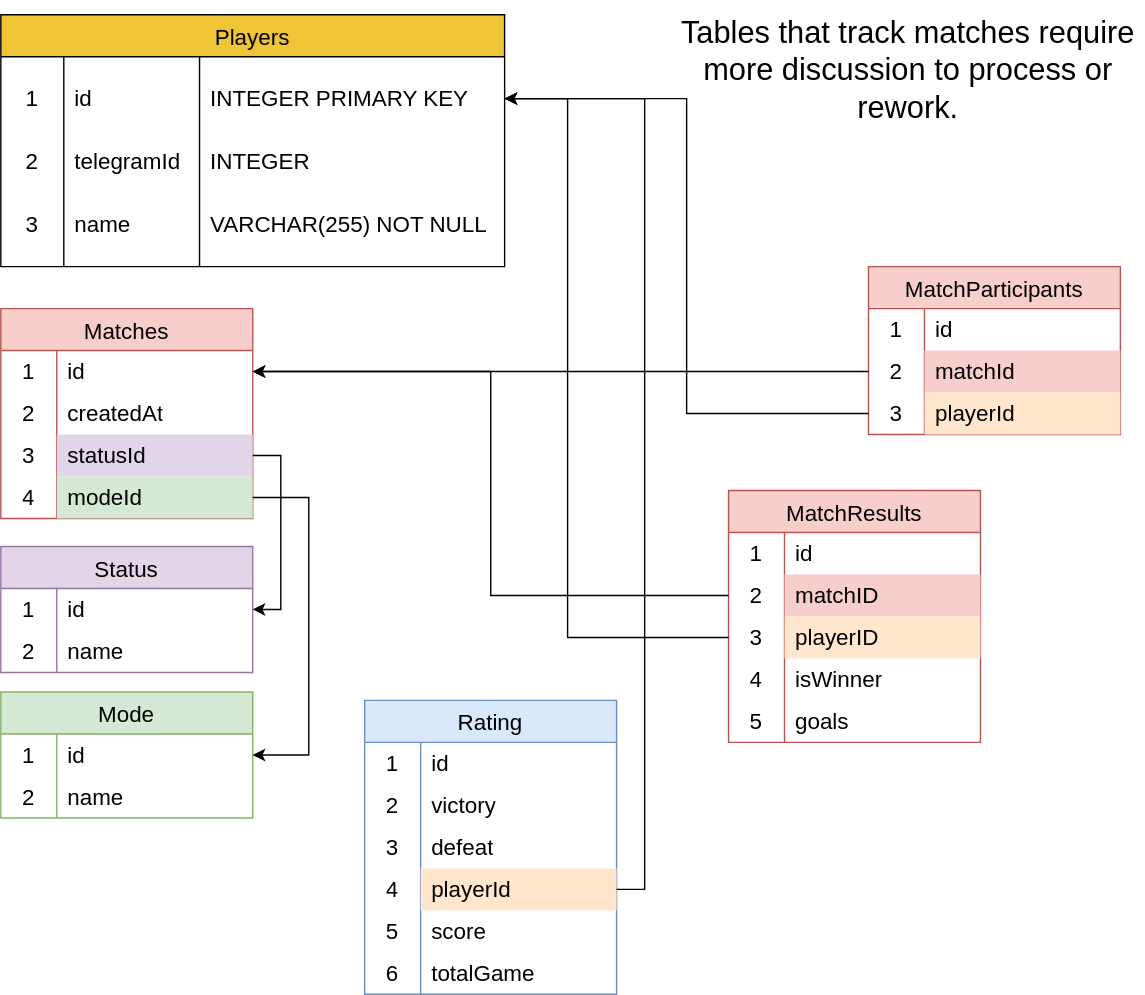
This is documentation/telegram-tennis-db-diagram.drawio.svg from excelsiooor-apps/dream-team, a draw.io export, as it was before one commit. Source tidied: cells renumbered, new cells last; positions are measured from the earlier drawing's top-left corner, leaving out a move shared by most shapes.
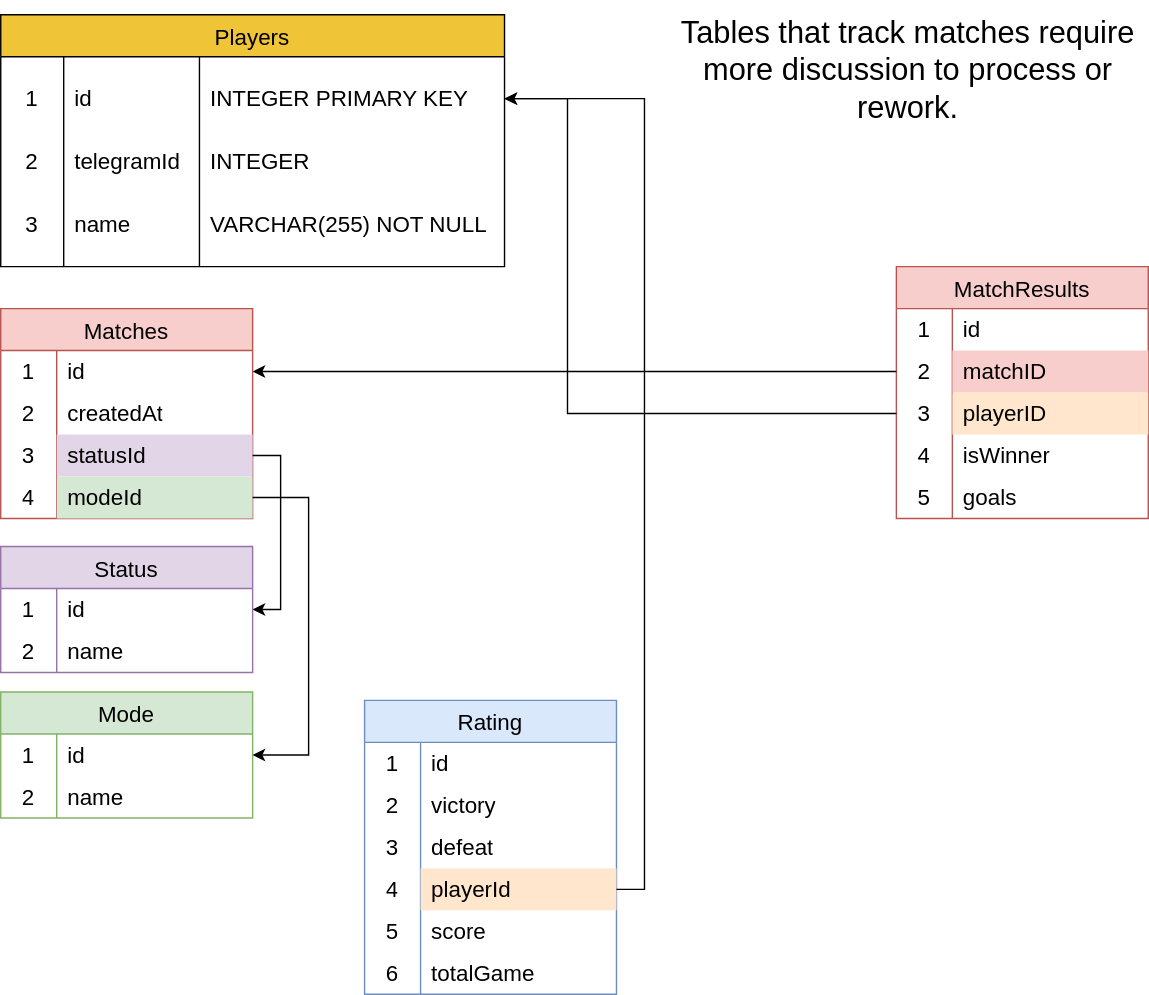
Above is the later version.

Commit message:
optimization: deleting a table

Diff of the diagram source:
```diff
@@ -80,38 +80,8 @@
     <mxCell id="27" value="modeId" style="shape=partialRectangle;html=1;whiteSpace=wrap;fillColor=#d5e8d4;top=0;left=0;bottom=0;right=0;align=left;spacingLeft=6;overflow=hidden;strokeColor=#82b366;fontSize=16;" parent="25" vertex="1">
       <mxGeometry x="40" width="140" height="30" as="geometry" />
     </mxCell>
-    <mxCell id="28" value="MatchParticipants " style="shape=table;startSize=30;rowLines=0;fontStyle=0;strokeColor=#b85450;fontSize=16;fillColor=#f8cecc;" parent="1" vertex="1">
-      <mxGeometry x="620" y="190" width="180" height="120" as="geometry" />
-    </mxCell>
-    <mxCell id="29" style="shape=tableRow;horizontal=0;startSize=0;swimlaneHead=0;swimlaneBody=0;top=0;left=0;bottom=0;right=0;fillColor=none;strokeColor=inherit;fontSize=16;" parent="28" vertex="1">
-      <mxGeometry y="30" width="180" height="30" as="geometry" />
-    </mxCell>
-    <mxCell id="30" value="1" style="shape=partialRectangle;html=1;whiteSpace=wrap;fillColor=none;top=0;left=0;bottom=0;right=0;overflow=hidden;strokeColor=inherit;fontSize=16;" parent="29" vertex="1">
-      <mxGeometry width="40" height="30" as="geometry" />
-    </mxCell>
-    <mxCell id="31" value="id" style="shape=partialRectangle;html=1;whiteSpace=wrap;fillColor=none;top=0;left=0;bottom=0;right=0;align=left;spacingLeft=6;overflow=hidden;strokeColor=inherit;fontSize=16;" parent="29" vertex="1">
-      <mxGeometry x="40" width="140" height="30" as="geometry" />
-    </mxCell>
-    <mxCell id="32" style="shape=tableRow;horizontal=0;startSize=0;swimlaneHead=0;swimlaneBody=0;top=0;left=0;bottom=0;right=0;fillColor=none;points=[[0,0.5],[1,0.5]];portConstraint=eastwest;strokeColor=inherit;fontSize=16;" parent="28" vertex="1">
-      <mxGeometry y="60" width="180" height="30" as="geometry" />
-    </mxCell>
-    <mxCell id="33" value="2" style="shape=partialRectangle;html=1;whiteSpace=wrap;fillColor=none;top=0;left=0;bottom=0;right=0;overflow=hidden;strokeColor=inherit;fontSize=16;" parent="32" vertex="1">
-      <mxGeometry width="40" height="30" as="geometry" />
-    </mxCell>
-    <mxCell id="34" value="matchId" style="shape=partialRectangle;html=1;whiteSpace=wrap;fillColor=#f8cecc;top=0;left=0;bottom=0;right=0;align=left;spacingLeft=6;overflow=hidden;strokeColor=#b85450;fontSize=16;" parent="32" vertex="1">
-      <mxGeometry x="40" width="140" height="30" as="geometry" />
-    </mxCell>
-    <mxCell id="35" style="shape=tableRow;horizontal=0;startSize=0;swimlaneHead=0;swimlaneBody=0;top=0;left=0;bottom=0;right=0;fillColor=none;points=[[0,0.5],[1,0.5]];portConstraint=eastwest;strokeColor=inherit;fontSize=16;" parent="28" vertex="1">
-      <mxGeometry y="90" width="180" height="30" as="geometry" />
-    </mxCell>
-    <mxCell id="36" value="3" style="shape=partialRectangle;html=1;whiteSpace=wrap;fillColor=none;top=0;left=0;bottom=0;right=0;overflow=hidden;strokeColor=inherit;fontSize=16;" parent="35" vertex="1">
-      <mxGeometry width="40" height="30" as="geometry" />
-    </mxCell>
-    <mxCell id="37" value="playerId" style="shape=partialRectangle;html=1;whiteSpace=wrap;fillColor=#ffe6cc;top=0;left=0;bottom=0;right=0;align=left;spacingLeft=6;overflow=hidden;strokeColor=#d79b00;fontSize=16;" parent="35" vertex="1">
-      <mxGeometry x="40" width="140" height="30" as="geometry" />
-    </mxCell>
     <mxCell id="38" value="MatchResults " style="shape=table;startSize=30;rowLines=0;fontStyle=0;strokeColor=#b85450;fontSize=16;fillColor=#f8cecc;" parent="1" vertex="1">
-      <mxGeometry x="520" y="350" width="180" height="180" as="geometry" />
+      <mxGeometry x="640" y="190" width="180" height="180" as="geometry" />
     </mxCell>
     <mxCell id="39" style="shape=tableRow;horizontal=0;startSize=0;swimlaneHead=0;swimlaneBody=0;top=0;left=0;bottom=0;right=0;fillColor=none;strokeColor=inherit;fontSize=16;" parent="38" vertex="1">
       <mxGeometry y="30" width="180" height="30" as="geometry" />
@@ -260,20 +230,14 @@
     <mxCell id="87" value="totalGame" style="shape=partialRectangle;html=1;whiteSpace=wrap;fillColor=none;top=0;left=0;bottom=0;right=0;align=left;spacingLeft=6;overflow=hidden;strokeColor=inherit;fontSize=16;" parent="85" vertex="1">
       <mxGeometry x="40" width="140" height="30" as="geometry" />
     </mxCell>
-    <mxCell id="88" style="edgeStyle=orthogonalEdgeStyle;rounded=0;jettySize=auto;html=1;exitX=0;exitY=0.5;exitDx=0;exitDy=0;entryX=1;entryY=0.5;entryDx=0;entryDy=0;" parent="1" edge="1" source="35" target="3">
-      <mxGeometry relative="1" as="geometry" />
-    </mxCell>
     <mxCell id="89" style="edgeStyle=orthogonalEdgeStyle;rounded=0;jettySize=auto;html=1;entryX=1;entryY=0.5;entryDx=0;entryDy=0;exitX=0;exitY=0.5;exitDx=0;exitDy=0;" parent="1" edge="1" source="45" target="3">
       <mxGeometry relative="1" as="geometry">
         <Array as="points">
-          <mxPoint x="405" y="455" />
+          <mxPoint x="405" y="295" />
           <mxPoint x="405" y="70" />
         </Array>
       </mxGeometry>
     </mxCell>
-    <mxCell id="90" style="edgeStyle=orthogonalEdgeStyle;rounded=0;jettySize=auto;html=1;exitX=0;exitY=0.5;exitDx=0;exitDy=0;entryX=1;entryY=0.5;entryDx=0;entryDy=0;" parent="1" edge="1" source="32" target="16">
-      <mxGeometry relative="1" as="geometry" />
-    </mxCell>
     <mxCell id="91" style="edgeStyle=orthogonalEdgeStyle;rounded=0;jettySize=auto;html=1;exitX=0;exitY=0.5;exitDx=0;exitDy=0;entryX=1;entryY=0.5;entryDx=0;entryDy=0;" parent="1" edge="1" source="42" target="16">
       <mxGeometry relative="1" as="geometry" />
     </mxCell>
@@ -288,7 +252,7 @@
         </Array>
       </mxGeometry>
     </mxCell>
-    <mxCell id="94" style="edgeStyle=orthogonalEdgeStyle;rounded=0;jettySize=auto;html=1;exitX=0;exitY=0.5;exitDx=0;exitDy=0;entryX=1;entryY=0.5;entryDx=0;entryDy=0;" parent="1" edge="1" source="x" target="70">
+    <mxCell id="94" style="edgeStyle=orthogonalEdgeStyle;rounded=0;jettySize=auto;html=1;exitX=0;exitY=0.5;exitDx=0;exitDy=0;entryX=1;entryY=0.5;entryDx=0;entryDy=0;" parent="1" edge="1" target="70">
       <mxGeometry relative="1" as="geometry" />
     </mxCell>
     <mxCell id="95" style="edgeStyle=orthogonalEdgeStyle;rounded=0;jettySize=auto;html=1;exitX=1;exitY=0.5;exitDx=0;exitDy=0;entryX=1;entryY=0.5;entryDx=0;entryDy=0;" parent="1" edge="1" source="79" target="3">
```
